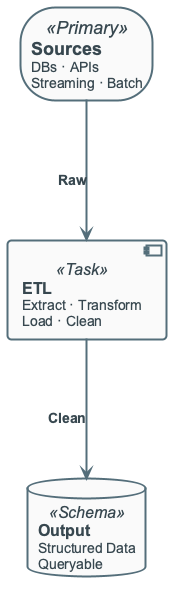
This is diagrams/week01/week1_what_is_de.png from OrPerets/data-engineering-course, a PlantUML export, as it was before one commit.
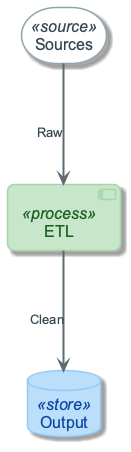
Above is the later version.

What changed in the source:
```diff
@@ -1,14 +1,16 @@
 @startuml
 !include ../_template_styles.puml
+!include _week1_visual_style.puml
+
 left to right direction
+skinparam nodesep 120
+skinparam ranksep 70
 
-storage "**Sources**\n<size:14>DBs · APIs</size>\n<size:14>Streaming · Batch</size>" as S <<Primary>>
+storage "Sources" as S <<source>>
+component "ETL" as P <<process>>
+database "Output" as O <<store>>
 
-component "**ETL**\n<size:14>Extract · Transform</size>\n<size:14>Load · Clean</size>" as P <<Task>>
-
-database "**Output**\n<size:14>Structured Data</size>\n<size:14>Queryable</size>" as O <<Schema>>
-
-S -> P : **Raw**
-P -> O : **Clean**
+S -right-> P : Raw
+P -right-> O : Clean
 
 @enduml
```
